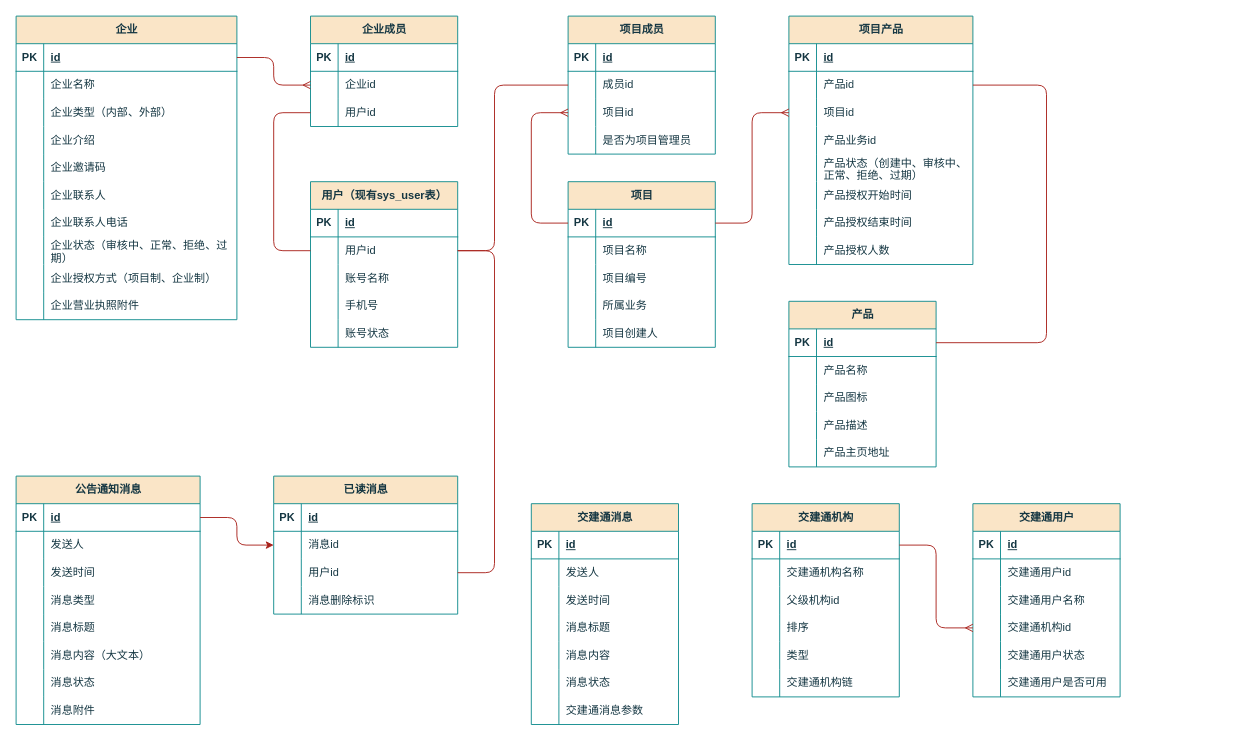
This is page "E-R图" (1 of 5) of others/产品中心.drawio from Qunz/drawio, a draw.io file, before an edit. Source tidied: cells renumbered, new cells numbered last; positions are measured from the earlier drawing's top-left corner, leaving out a move shared by most shapes. Both pictures are drawn from the tidied source at 92%, with x=0, y=0 at pixel (16, 16).
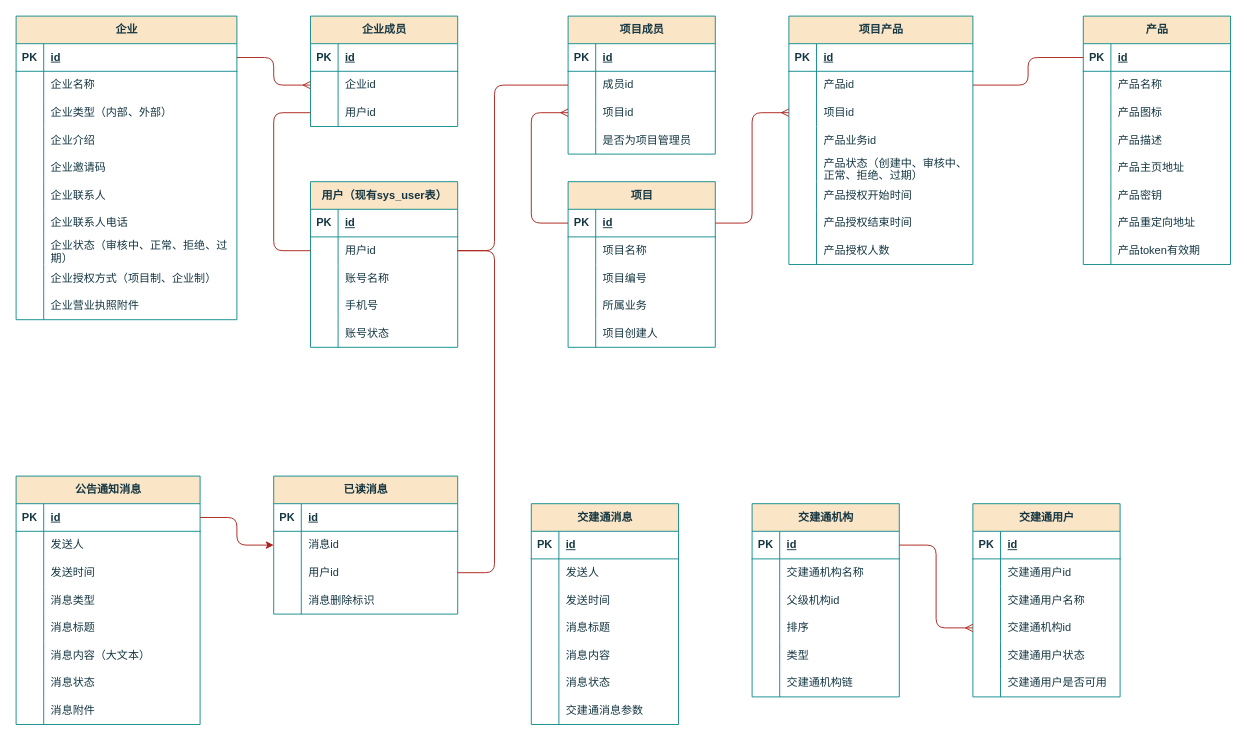
Above is the later version.

Commit message:
更新产品中心.drawio

Unchanged cells that the change refers to:
```xml
<mxCell id="66" style="shape=tableRow;horizontal=0;startSize=0;swimlaneHead=0;swimlaneBody=0;fillColor=none;points=[[0,0.5],[1,0.5]];portConstraint=eastwest;top=0;left=0;right=0;bottom=0;labelBackgroundColor=none;strokeColor=#0F8B8D;fontColor=#143642;" parent="62" vertex="1">
  <mxGeometry y="60" width="200" height="30" as="geometry" />
</mxCell>
<mxCell id="126" style="shape=tableRow;horizontal=0;startSize=0;swimlaneHead=0;swimlaneBody=0;fillColor=none;points=[[0,0.5],[1,0.5]];portConstraint=eastwest;top=0;left=0;right=0;bottom=1;labelBackgroundColor=none;strokeColor=#0F8B8D;fontColor=#143642;" parent="125" vertex="1">
  <mxGeometry y="30" width="160" height="30" as="geometry" />
</mxCell>
```

Change to the diagram source:
```diff
@@
     <mxCell id="125" value="产品" style="shape=table;startSize=30;childLayout=tableLayout;rowLines=0;fontStyle=1;align=center;html=1;labelBackgroundColor=none;fillColor=#FAE5C7;strokeColor=#0F8B8D;fontColor=#143642;" parent="1" vertex="1">
-      <mxGeometry x="840" y="310" width="160" height="180" as="geometry" />
+      <mxGeometry x="1160" width="160" height="270" as="geometry" />
     </mxCell>
@@
+    <mxCell id="236" style="shape=tableRow;horizontal=0;startSize=0;swimlaneHead=0;swimlaneBody=0;fillColor=none;top=0;left=0;right=0;bottom=0;labelBackgroundColor=none;strokeColor=#0F8B8D;fontColor=#143642;" parent="125" vertex="1">
+      <mxGeometry y="180" width="160" height="30" as="geometry" />
+    </mxCell>
+    <mxCell id="237" style="shape=partialRectangle;fillColor=none;top=0;left=0;bottom=0;right=0;overflow=hidden;whiteSpace=wrap;html=1;labelBackgroundColor=none;strokeColor=#0F8B8D;fontColor=#143642;" parent="236" vertex="1">
+      <mxGeometry width="30" height="30" as="geometry" />
+    </mxCell>
+    <mxCell id="238" value="产品密钥" style="shape=partialRectangle;fillColor=none;top=0;left=0;bottom=0;right=0;align=left;spacingLeft=6;overflow=hidden;whiteSpace=wrap;html=1;labelBackgroundColor=none;strokeColor=#0F8B8D;fontColor=#143642;" parent="236" vertex="1">
+      <mxGeometry x="30" width="130" height="30" as="geometry" />
+    </mxCell>
+    <mxCell id="239" style="shape=tableRow;horizontal=0;startSize=0;swimlaneHead=0;swimlaneBody=0;fillColor=none;top=0;left=0;right=0;bottom=0;labelBackgroundColor=none;strokeColor=#0F8B8D;fontColor=#143642;" parent="125" vertex="1">
+      <mxGeometry y="210" width="160" height="30" as="geometry" />
+    </mxCell>
+    <mxCell id="240" style="shape=partialRectangle;fillColor=none;top=0;left=0;bottom=0;right=0;overflow=hidden;whiteSpace=wrap;html=1;labelBackgroundColor=none;strokeColor=#0F8B8D;fontColor=#143642;" parent="239" vertex="1">
+      <mxGeometry width="30" height="30" as="geometry" />
+    </mxCell>
+    <mxCell id="241" value="产品重定向地址" style="shape=partialRectangle;fillColor=none;top=0;left=0;bottom=0;right=0;align=left;spacingLeft=6;overflow=hidden;whiteSpace=wrap;html=1;labelBackgroundColor=none;strokeColor=#0F8B8D;fontColor=#143642;" parent="239" vertex="1">
+      <mxGeometry x="30" width="130" height="30" as="geometry" />
+    </mxCell>
+    <mxCell id="242" style="shape=tableRow;horizontal=0;startSize=0;swimlaneHead=0;swimlaneBody=0;fillColor=none;top=0;left=0;right=0;bottom=0;labelBackgroundColor=none;strokeColor=#0F8B8D;fontColor=#143642;" parent="125" vertex="1">
+      <mxGeometry y="240" width="160" height="30" as="geometry" />
+    </mxCell>
+    <mxCell id="243" style="shape=partialRectangle;fillColor=none;top=0;left=0;bottom=0;right=0;overflow=hidden;whiteSpace=wrap;html=1;labelBackgroundColor=none;strokeColor=#0F8B8D;fontColor=#143642;" parent="242" vertex="1">
+      <mxGeometry width="30" height="30" as="geometry" />
+    </mxCell>
+    <mxCell id="244" value="产品token有效期" style="shape=partialRectangle;fillColor=none;top=0;left=0;bottom=0;right=0;align=left;spacingLeft=6;overflow=hidden;whiteSpace=wrap;html=1;labelBackgroundColor=none;strokeColor=#0F8B8D;fontColor=#143642;" parent="242" vertex="1">
+      <mxGeometry x="30" width="130" height="30" as="geometry" />
+    </mxCell>
-    <mxCell id="141" style="edgeStyle=orthogonalEdgeStyle;rounded=1;jettySize=auto;html=1;endArrow=none;endFill=0;curved=0;labelBackgroundColor=none;strokeColor=#A8201A;fontColor=default;exitX=1;exitY=0.5;exitDx=0;exitDy=0;entryX=1;entryY=0.5;entryDx=0;entryDy=0;" parent="1" edge="1" source="66" target="126">
-      <mxGeometry relative="1" as="geometry">
-        <Array as="points">
-          <mxPoint x="1120" y="75" />
-          <mxPoint x="1120" y="355" />
-        </Array>
-      </mxGeometry>
+    <mxCell id="141" style="edgeStyle=orthogonalEdgeStyle;rounded=1;jettySize=auto;html=1;endArrow=none;endFill=0;labelBackgroundColor=none;strokeColor=#A8201A;fontColor=default;exitX=1;exitY=0.5;exitDx=0;exitDy=0;entryX=0;entryY=0.5;entryDx=0;entryDy=0;" parent="1" edge="1" source="66" target="126">
+      <mxGeometry relative="1" as="geometry" />
     </mxCell>
```
